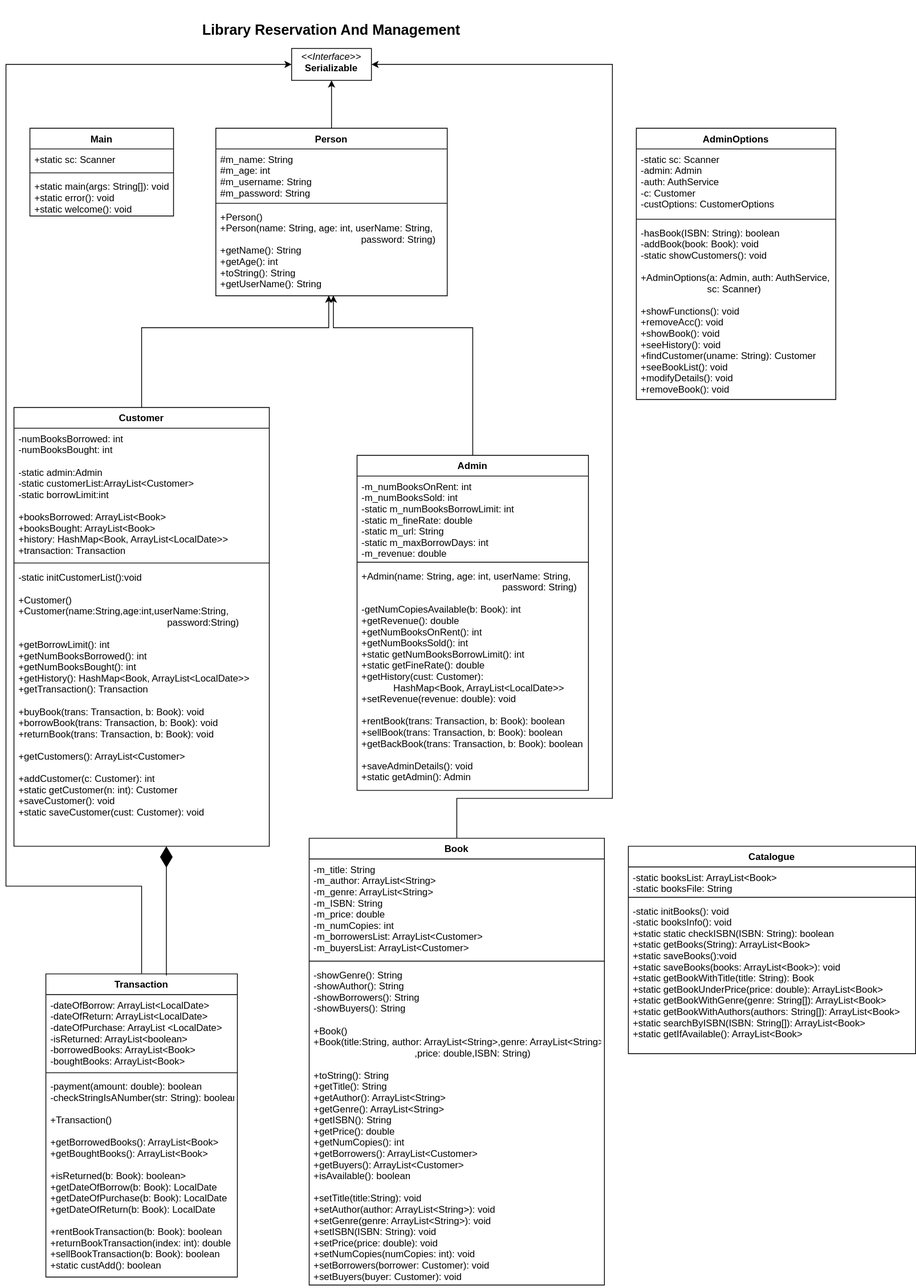
Before: Library/control-flows/Library.svg, a diagram exported from draw.io (adarsh-kishore786/IT-Project). Source tidied: cells renumbered, new cells last; positions are measured from the earlier drawing's top-left corner, leaving out a move shared by most shapes.
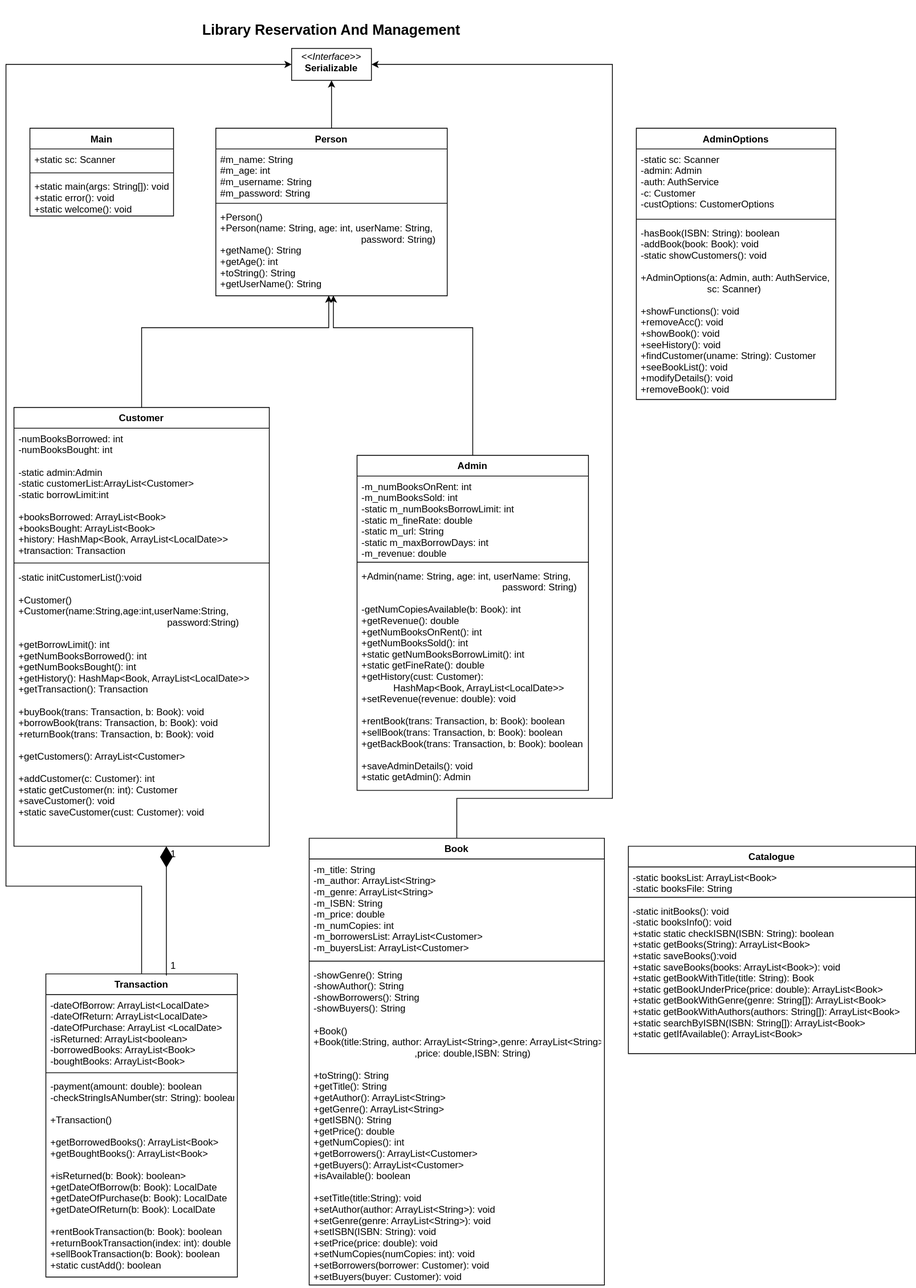
Above is the later version.

The edit, as a diff of the source:
```diff
@@ -147,5 +147,11 @@
         <mxPoint x="201" y="1060" as="targetPoint" />
       </mxGeometry>
     </mxCell>
+    <mxCell id="42" value="1" style="text;html=1;strokeColor=none;fillColor=none;align=center;verticalAlign=middle;whiteSpace=wrap;rounded=0;" parent="1" vertex="1">
+      <mxGeometry x="190" y="1200" width="40" height="20" as="geometry" />
+    </mxCell>
+    <mxCell id="43" value="1" style="text;html=1;strokeColor=none;fillColor=none;align=center;verticalAlign=middle;whiteSpace=wrap;rounded=0;" parent="1" vertex="1">
+      <mxGeometry x="190" y="1060" width="40" height="20" as="geometry" />
+    </mxCell>
   </root>
 </mxGraphModel>
```
